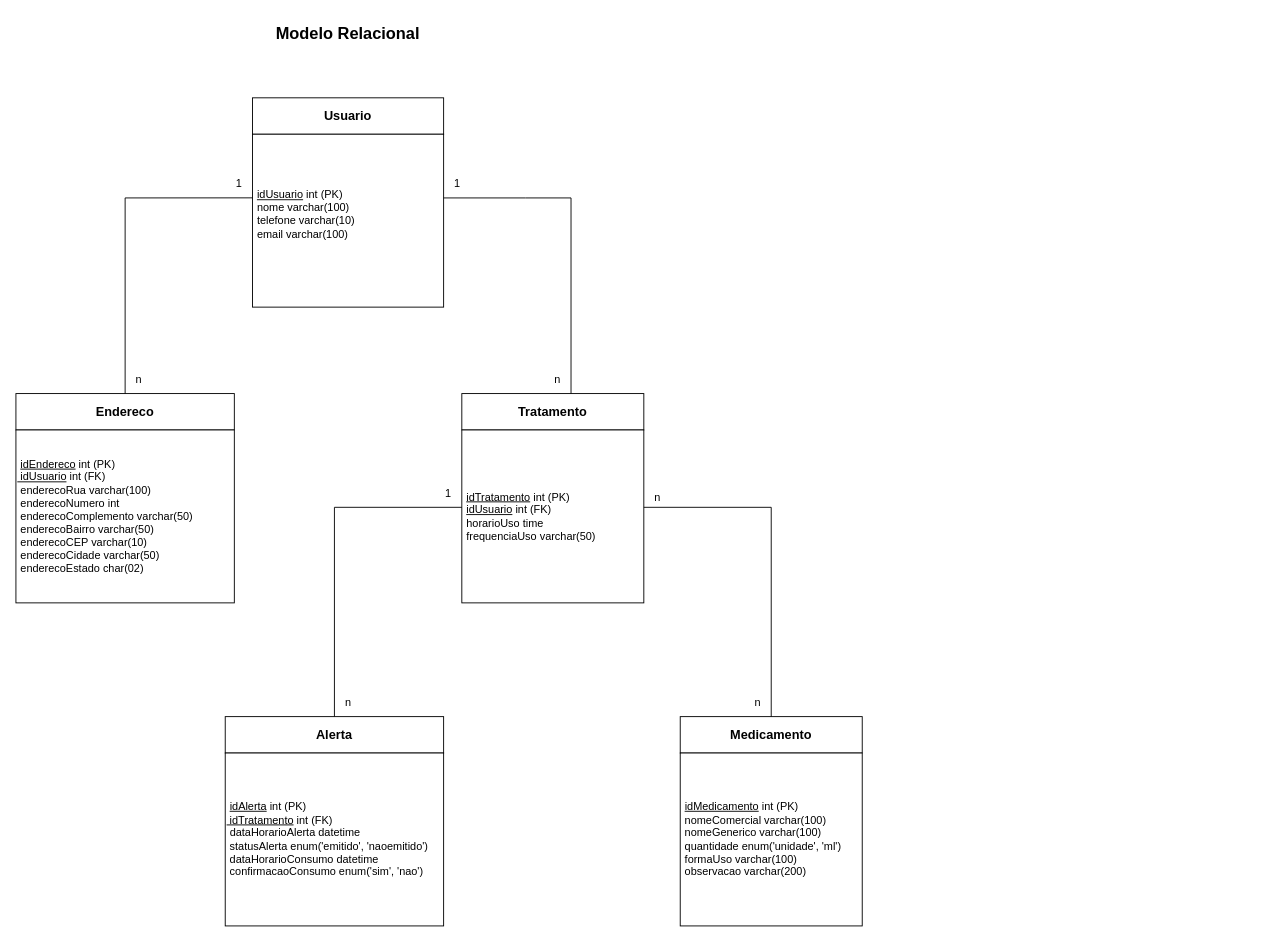
Above: docs/project/diagrams/MR - MedAlerta.drawio in m9rin/bootcamp_uninter_time5 (draw.io), before the change. Source tidied: cells renumbered, new cells numbered last; positions are measured from the earlier drawing's top-left corner, leaving out a move shared by most shapes. Both pictures are drawn from the tidied source at 91%, with x=0, y=0 at pixel (15, 15).
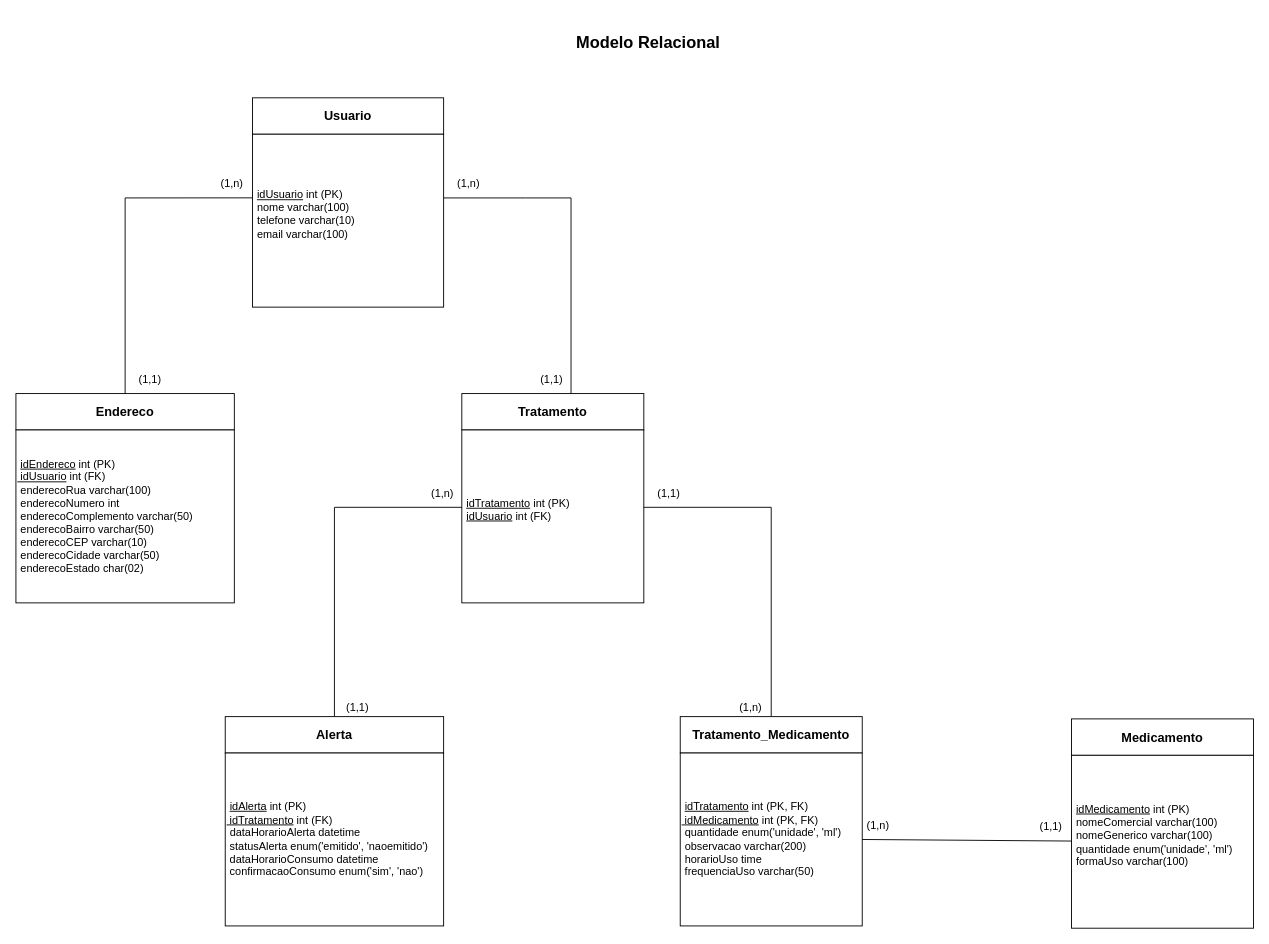
The same diagram, later.

Commit message (it also covers changes not shown here):
atualização final diagramas MER e MR

Change to the diagram source:
```diff
@@
     <mxCell id="2" value="&lt;b&gt;&lt;font style=&quot;font-size: 18px;&quot;&gt;Modelo Relacional&lt;/font&gt;&lt;/b&gt;" style="text;html=1;whiteSpace=wrap;strokeColor=none;fillColor=none;align=center;verticalAlign=middle;rounded=0;" parent="1" vertex="1">
-      <mxGeometry x="270" width="190" height="40" as="geometry" />
+      <mxGeometry x="600" y="10" width="190" height="40" as="geometry" />
     </mxCell>
@@
-    <mxCell id="5" value="&lt;b&gt;&lt;font style=&quot;font-size: 14px;&quot;&gt;Medicamento&lt;/font&gt;&lt;/b&gt;" style="rounded=0;whiteSpace=wrap;html=1;" parent="1" vertex="1">
-      <mxGeometry x="730" y="770" width="200" height="40" as="geometry" />
-    </mxCell>
-    <mxCell id="6" value="&amp;nbsp;&lt;u&gt;idMedicamento&lt;/u&gt;&amp;nbsp;int (PK)&lt;div&gt;&amp;nbsp;nomeComercial varchar(100)&lt;/div&gt;&lt;div&gt;&amp;nbsp;nomeGenerico varchar(100)&lt;/div&gt;&lt;div&gt;&amp;nbsp;quantidade enum('unidade', 'ml')&lt;/div&gt;&lt;div&gt;&amp;nbsp;formaUso varchar(100)&lt;/div&gt;&lt;div&gt;&amp;nbsp;observacao varchar(200)&lt;/div&gt;" style="rounded=0;whiteSpace=wrap;html=1;align=left;" parent="1" vertex="1">
-      <mxGeometry x="730" y="810" width="200" height="190" as="geometry" />
-    </mxCell>
@@
-    <mxCell id="10" value="n" style="text;html=1;whiteSpace=wrap;strokeColor=none;fillColor=none;align=left;verticalAlign=middle;rounded=0;" parent="1" vertex="1">
-      <mxGeometry x="590" y="385" width="60" height="30" as="geometry" />
-    </mxCell>
-    <mxCell id="11" value="1" style="text;html=1;whiteSpace=wrap;strokeColor=none;fillColor=none;align=left;verticalAlign=middle;rounded=0;" parent="1" vertex="1">
-      <mxGeometry x="470" y="510" width="60" height="30" as="geometry" />
-    </mxCell>
@@
-    <mxCell id="17" value="&amp;nbsp;&lt;u&gt;idTratamento&lt;/u&gt;&amp;nbsp;int (PK)&lt;div&gt;&amp;nbsp;&lt;u&gt;idUsuario&lt;/u&gt;&amp;nbsp;int (FK)&lt;br&gt;&lt;div&gt;&amp;nbsp;&lt;span style=&quot;background-color: transparent; color: light-dark(rgb(0, 0, 0), rgb(255, 255, 255));&quot;&gt;horarioUso time&lt;/span&gt;&lt;/div&gt;&lt;div&gt;&amp;nbsp;frequenciaUso varchar(50)&lt;/div&gt;&lt;/div&gt;" style="rounded=0;whiteSpace=wrap;html=1;align=left;" parent="1" vertex="1">
+    <mxCell id="17" value="&amp;nbsp;&lt;u&gt;idTratamento&lt;/u&gt;&amp;nbsp;int (PK)&lt;div&gt;&amp;nbsp;&lt;u&gt;idUsuario&lt;/u&gt;&amp;nbsp;int (FK)&lt;br&gt;&lt;div&gt;&amp;nbsp;&lt;/div&gt;&lt;/div&gt;" style="rounded=0;whiteSpace=wrap;html=1;align=left;" parent="1" vertex="1">
       <mxGeometry x="490" y="455" width="200" height="190" as="geometry" />
     </mxCell>
@@
-    <mxCell id="24" value="1" style="text;html=1;whiteSpace=wrap;strokeColor=none;fillColor=none;align=left;verticalAlign=middle;rounded=0;" parent="1" vertex="1">
-      <mxGeometry x="240" y="170" width="60" height="30" as="geometry" />
-    </mxCell>
-    <mxCell id="25" value="n" style="text;html=1;whiteSpace=wrap;strokeColor=none;fillColor=none;align=left;verticalAlign=middle;rounded=0;" parent="1" vertex="1">
-      <mxGeometry x="130" y="385" width="60" height="30" as="geometry" />
-    </mxCell>
-    <mxCell id="26" value="1" style="text;html=1;whiteSpace=wrap;strokeColor=none;fillColor=none;align=left;verticalAlign=middle;rounded=0;" parent="1" vertex="1">
-      <mxGeometry x="480" y="170" width="60" height="30" as="geometry" />
-    </mxCell>
-    <mxCell id="27" value="n" style="text;html=1;whiteSpace=wrap;strokeColor=none;fillColor=none;align=left;verticalAlign=middle;rounded=0;" parent="1" vertex="1">
-      <mxGeometry x="360" y="740" width="60" height="30" as="geometry" />
-    </mxCell>
-    <mxCell id="28" value="n" style="text;html=1;whiteSpace=wrap;strokeColor=none;fillColor=none;align=left;verticalAlign=middle;rounded=0;" parent="1" vertex="1">
-      <mxGeometry x="700" y="515" width="60" height="30" as="geometry" />
-    </mxCell>
-    <mxCell id="29" value="n" style="text;html=1;whiteSpace=wrap;strokeColor=none;fillColor=none;align=left;verticalAlign=middle;rounded=0;" parent="1" vertex="1">
-      <mxGeometry x="810" y="740" width="60" height="30" as="geometry" />
-    </mxCell>
+    <mxCell id="30" value="&amp;nbsp;(1,n)" style="text;html=1;whiteSpace=wrap;strokeColor=none;fillColor=none;align=left;verticalAlign=middle;rounded=0;" parent="1" vertex="1">
+      <mxGeometry x="220" y="175" width="40" height="20" as="geometry" />
+    </mxCell>
+    <mxCell id="31" value="&amp;nbsp;(1,1)" style="text;html=1;whiteSpace=wrap;strokeColor=none;fillColor=none;align=left;verticalAlign=middle;rounded=0;" parent="1" vertex="1">
+      <mxGeometry x="130" y="390" width="40" height="20" as="geometry" />
+    </mxCell>
+    <mxCell id="32" value="&amp;nbsp;(1,n)" style="text;html=1;whiteSpace=wrap;strokeColor=none;fillColor=none;align=left;verticalAlign=middle;rounded=0;" parent="1" vertex="1">
+      <mxGeometry x="480" y="175" width="40" height="20" as="geometry" />
+    </mxCell>
+    <mxCell id="33" value="&amp;nbsp;(1,1)&amp;nbsp;&amp;nbsp;" style="text;html=1;whiteSpace=wrap;strokeColor=none;fillColor=none;align=right;verticalAlign=middle;rounded=0;" parent="1" vertex="1">
+      <mxGeometry x="570" y="390" width="40" height="20" as="geometry" />
+    </mxCell>
+    <mxCell id="34" value="(1,n)&amp;nbsp;&amp;nbsp;" style="text;html=1;whiteSpace=wrap;strokeColor=none;fillColor=none;align=right;verticalAlign=middle;rounded=0;" parent="1" vertex="1">
+      <mxGeometry x="450" y="515" width="40" height="20" as="geometry" />
+    </mxCell>
+    <mxCell id="35" value="(1,1)" style="text;html=1;whiteSpace=wrap;strokeColor=none;fillColor=none;align=right;verticalAlign=middle;rounded=0;" parent="1" vertex="1">
+      <mxGeometry x="350" y="750" width="40" height="20" as="geometry" />
+    </mxCell>
+    <mxCell id="36" value="&amp;nbsp;(1,1)" style="text;html=1;whiteSpace=wrap;strokeColor=none;fillColor=none;align=left;verticalAlign=middle;rounded=0;" parent="1" vertex="1">
+      <mxGeometry x="700" y="515" width="40" height="20" as="geometry" />
+    </mxCell>
+    <mxCell id="5" value="&lt;b&gt;&lt;font style=&quot;font-size: 14px;&quot;&gt;Medicamento&lt;/font&gt;&lt;/b&gt;" style="rounded=0;whiteSpace=wrap;html=1;" parent="1" vertex="1">
+      <mxGeometry x="1160" y="772.5" width="200" height="40" as="geometry" />
+    </mxCell>
+    <mxCell id="37" value="&amp;nbsp;&lt;u&gt;idMedicamento&lt;/u&gt;&amp;nbsp;int (PK)&lt;div&gt;&amp;nbsp;nomeComercial varchar(100)&lt;/div&gt;&lt;div&gt;&amp;nbsp;nomeGenerico varchar(100)&lt;/div&gt;&lt;div&gt;&amp;nbsp;quantidade enum('unidade', 'ml')&lt;/div&gt;&lt;div&gt;&amp;nbsp;formaUso varchar(100)&lt;/div&gt;&lt;div&gt;&amp;nbsp;&lt;/div&gt;" style="rounded=0;whiteSpace=wrap;html=1;align=left;" parent="1" vertex="1">
+      <mxGeometry x="1160" y="812.5" width="200" height="190" as="geometry" />
+    </mxCell>
+    <mxCell id="38" value="&lt;b&gt;&lt;font style=&quot;font-size: 14px;&quot;&gt;Tratamento_Medicamento&lt;/font&gt;&lt;/b&gt;" style="rounded=0;whiteSpace=wrap;html=1;" parent="1" vertex="1">
+      <mxGeometry x="730" y="770" width="200" height="40" as="geometry" />
+    </mxCell>
+    <mxCell id="39" value="&amp;nbsp;&lt;u&gt;idTratamento&lt;/u&gt;&amp;nbsp;int (PK, FK)&lt;div&gt;&lt;u&gt;&amp;nbsp;idMedicamento&lt;/u&gt;&amp;nbsp;int (PK, FK)&lt;/div&gt;&lt;div&gt;&amp;nbsp;&lt;span style=&quot;background-color: transparent; color: light-dark(rgb(0, 0, 0), rgb(255, 255, 255));&quot;&gt;quantidade enum('unidade', 'ml')&lt;/span&gt;&lt;/div&gt;&lt;div&gt;&lt;div&gt;&lt;div&gt;&amp;nbsp;&lt;span style=&quot;background-color: transparent; color: light-dark(rgb(0, 0, 0), rgb(255, 255, 255));&quot;&gt;observacao varchar(200)&lt;/span&gt;&lt;/div&gt;&lt;div&gt;&amp;nbsp;&lt;span style=&quot;background-color: transparent; color: light-dark(rgb(0, 0, 0), rgb(255, 255, 255));&quot;&gt;horarioUso time&lt;/span&gt;&lt;div&gt;&lt;div&gt;&amp;nbsp;frequenciaUso varchar(50)&lt;/div&gt;&lt;/div&gt;&lt;/div&gt;&lt;/div&gt;&lt;/div&gt;" style="rounded=0;whiteSpace=wrap;html=1;align=left;" parent="1" vertex="1">
+      <mxGeometry x="730" y="810" width="200" height="190" as="geometry" />
+    </mxCell>
+    <mxCell id="40" value="&amp;nbsp;(1,n)" style="text;html=1;whiteSpace=wrap;strokeColor=none;fillColor=none;align=left;verticalAlign=middle;rounded=0;rotation=0;" parent="1" vertex="1">
+      <mxGeometry x="790" y="750" width="35" height="20" as="geometry" />
+    </mxCell>
+    <mxCell id="41" style="endArrow=none;html=1;rounded=0;entryX=1;entryY=0.5;entryDx=0;entryDy=0;" parent="1" edge="1" source="37" target="39">
+      <mxGeometry relative="1" as="geometry" />
+    </mxCell>
+    <mxCell id="42" value="&amp;nbsp;(1,n)" style="text;html=1;whiteSpace=wrap;strokeColor=none;fillColor=none;align=left;verticalAlign=middle;rounded=0;" parent="1" vertex="1">
+      <mxGeometry x="930" y="880" width="40" height="20" as="geometry" />
+    </mxCell>
+    <mxCell id="43" value="&amp;nbsp;(1,1)" style="text;html=1;whiteSpace=wrap;strokeColor=none;fillColor=none;align=left;verticalAlign=middle;rounded=0;" parent="1" vertex="1">
+      <mxGeometry x="1120" y="880" width="40" height="22.5" as="geometry" />
+    </mxCell>
```
